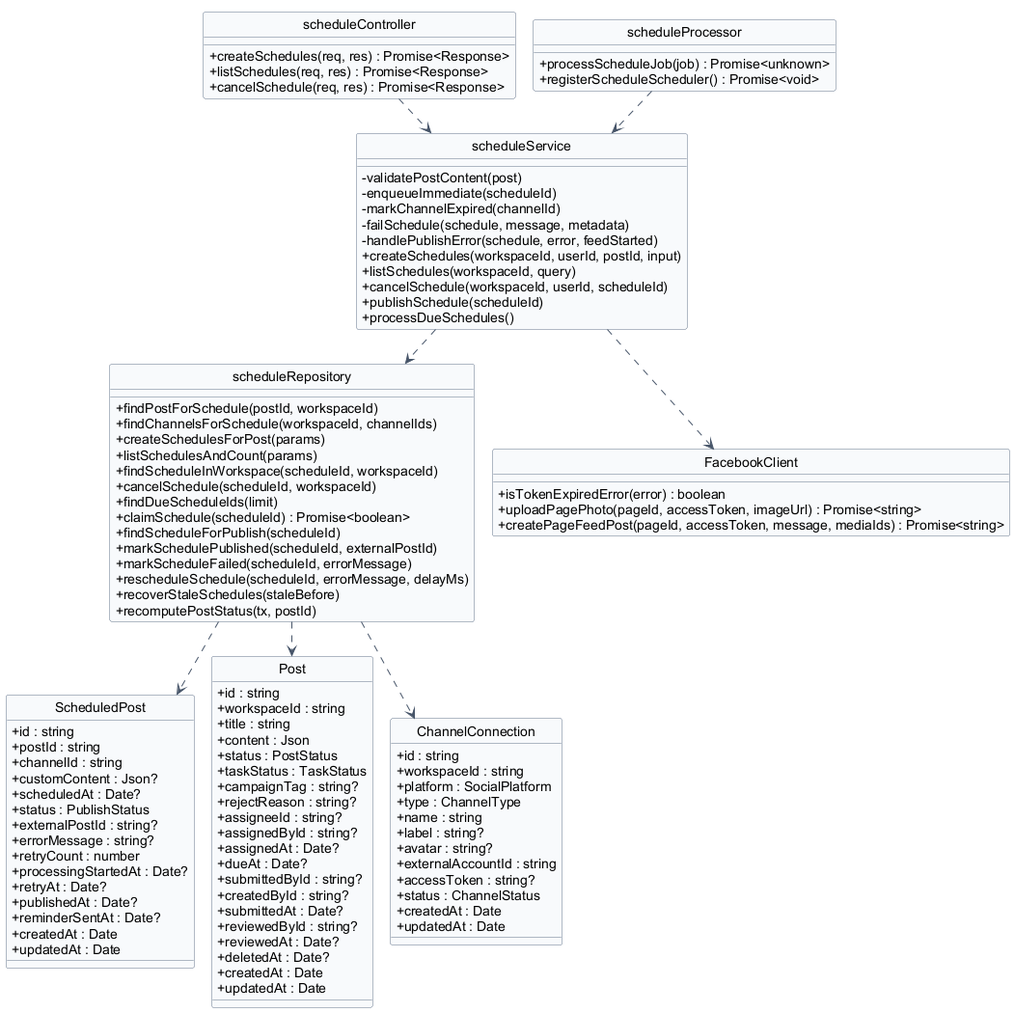
Before: docs/diagrams/07-schedule.png, a diagram exported from PlantUML (Pham-Hong-Ky/marka-capstone).
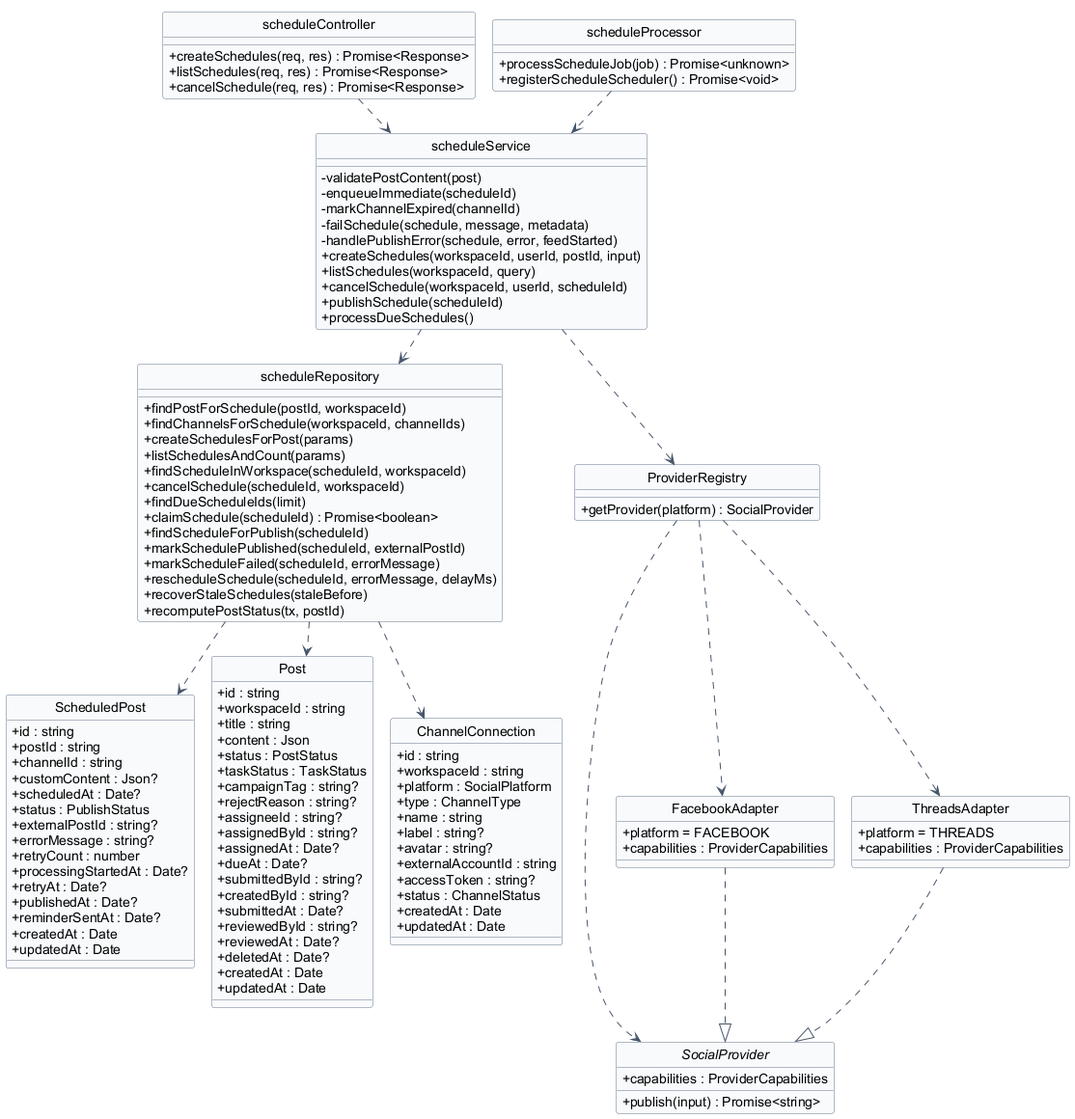
After the commit.

What changed in the source:
```diff
@@ -112,15 +112,33 @@
   + registerScheduleScheduler() : Promise<void>
 }
 
-class "FacebookClient" as facebookClient {
-  + isTokenExpiredError(error) : boolean
-  + uploadPagePhoto(pageId, accessToken, imageUrl) : Promise<string>
-  + createPageFeedPost(pageId, accessToken, message, mediaIds) : Promise<string>
+class "ProviderRegistry" as providerRegistry {
+  + getProvider(platform) : SocialProvider
+}
+
+interface "SocialProvider" as socialProvider {
+  + capabilities : ProviderCapabilities
+  + publish(input) : Promise<string>
+}
+
+class "FacebookAdapter" as facebookAdapter {
+  + platform = FACEBOOK
+  + capabilities : ProviderCapabilities
+}
+
+class "ThreadsAdapter" as threadsAdapter {
+  + platform = THREADS
+  + capabilities : ProviderCapabilities
 }
 
 scheduleController ..> scheduleService
 scheduleService ..> scheduleRepository
-scheduleService ..> facebookClient
+scheduleService ..> providerRegistry
+providerRegistry ..> socialProvider
+providerRegistry ..> facebookAdapter
+providerRegistry ..> threadsAdapter
+facebookAdapter ..|> socialProvider
+threadsAdapter ..|> socialProvider
 scheduleProcessor ..> scheduleService
 
 scheduleRepository ..> ScheduledPost
```
